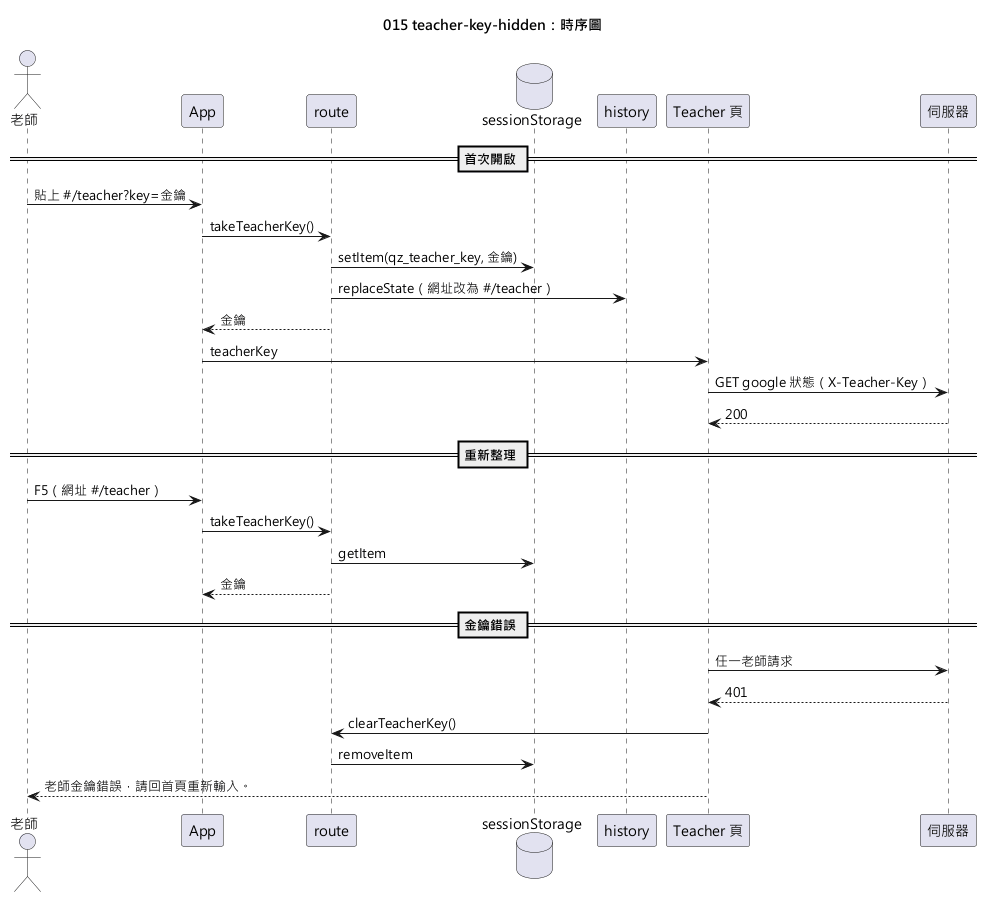
The PlantUML diagram diagrams/015-teacher-key-hidden-sequence.png in yue083139/software_fin-speckit, before a commit.
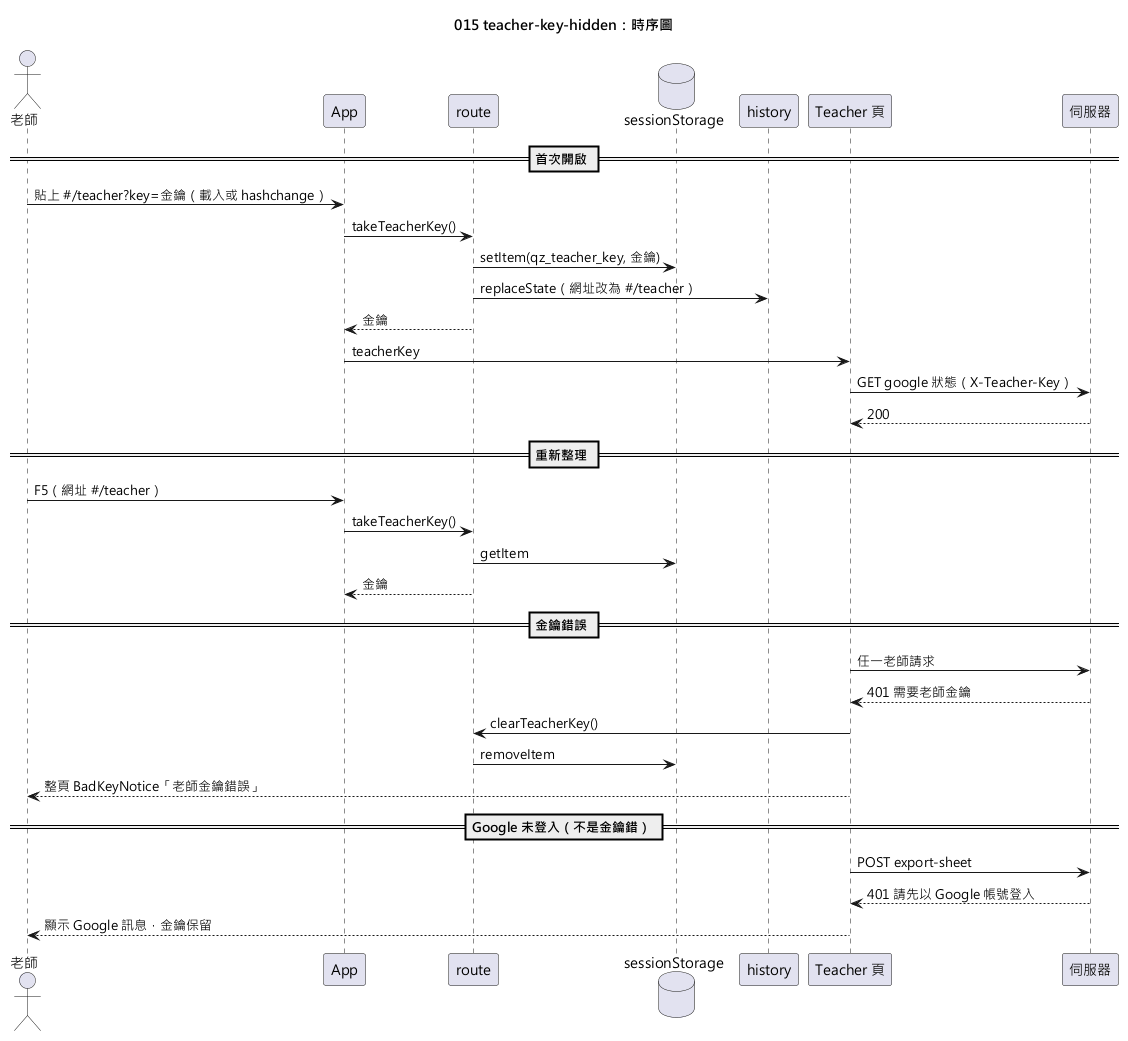
After the change.

The edit, as a diff of the source:
```diff
@@ -11,7 +11,7 @@
 participant "伺服器" as S
 
 == 首次開啟 ==
-T -> App : 貼上 #/teacher?key=金鑰
+T -> App : 貼上 #/teacher?key=金鑰（載入或 hashchange）
 App -> R : takeTeacherKey()
 R -> SS : setItem(qz_teacher_key, 金鑰)
 R -> H : replaceState（網址改為 #/teacher）
@@ -28,8 +28,13 @@
 
 == 金鑰錯誤 ==
 P -> S : 任一老師請求
-S --> P : 401
+S --> P : 401 需要老師金鑰
 P -> R : clearTeacherKey()
 R -> SS : removeItem
-P --> T : 老師金鑰錯誤，請回首頁重新輸入。
+P --> T : 整頁 BadKeyNotice「老師金鑰錯誤」
+
+== Google 未登入（不是金鑰錯） ==
+P -> S : POST export-sheet
+S --> P : 401 請先以 Google 帳號登入
+P --> T : 顯示 Google 訊息，金鑰保留
 @enduml
```
